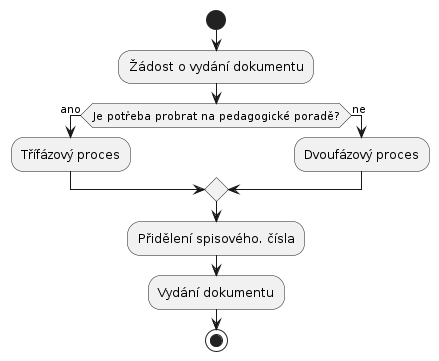
Above: images/ac-vydani-dokumentu.png in DanielADK/tul-bp (PlantUML), before the change.
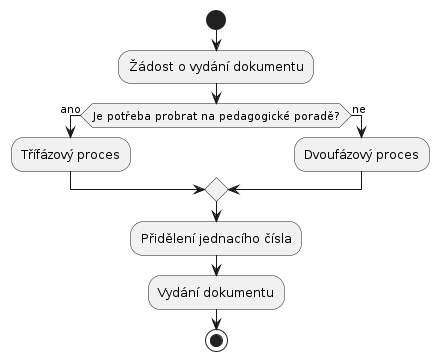
The same file after the commit.

Change to the diagram source:
```diff
@@ -9,7 +9,7 @@
   :Dvoufázový proces;
 endif
 
-:Přidělení spisového. čísla;
+:Přidělení jednacího čísla;
 :Vydání dokumentu;
 
 stop
```
